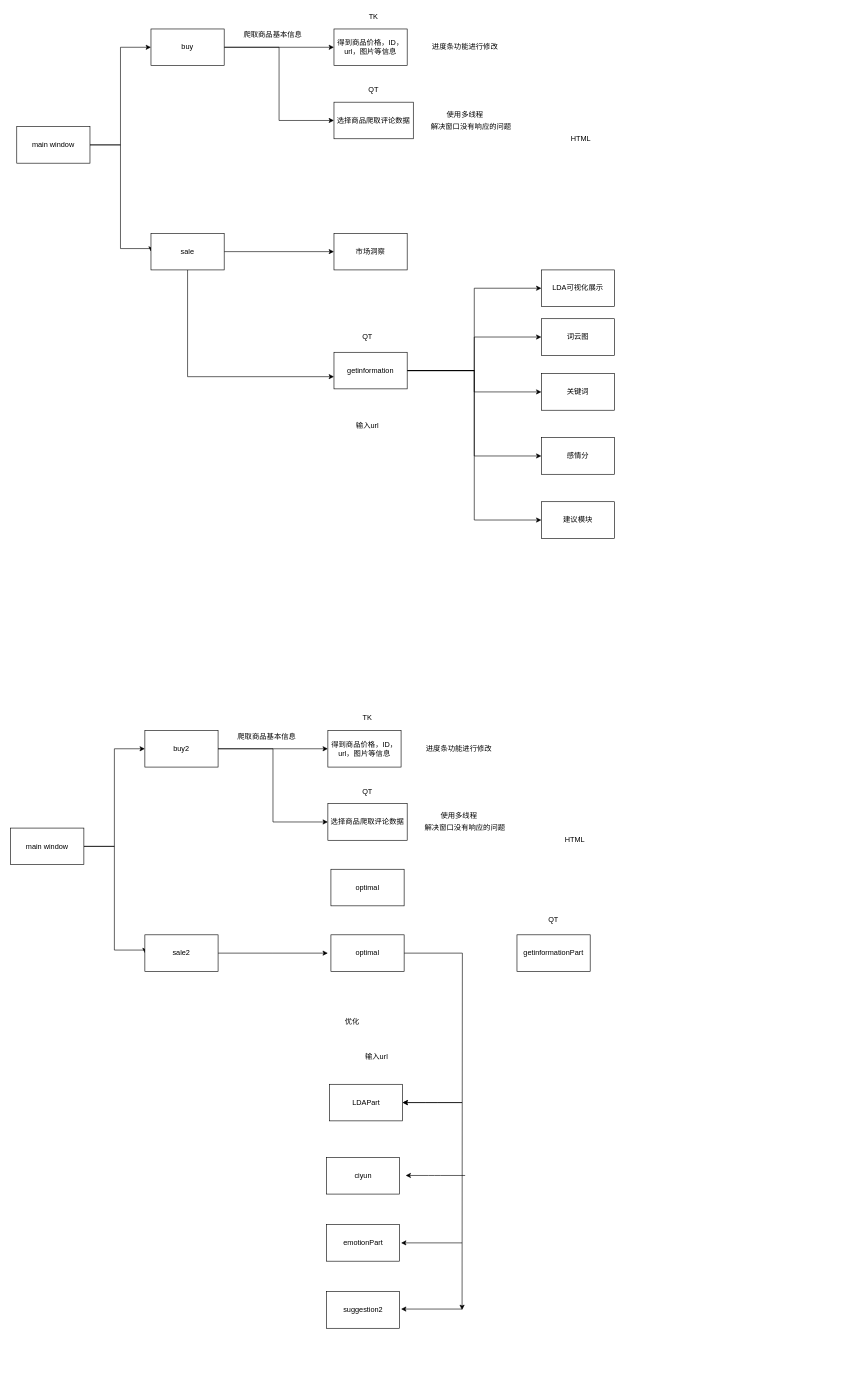
Earlier version of the draw.io diagram readme.drawio (YRQhit/QT_meituan). Source tidied: cells renumbered, new cells numbered last; positions are measured from the earlier drawing's top-left corner, leaving out a move shared by most shapes. Both pictures are drawn from the tidied source at 61%, with x=0, y=0 at pixel (10, 10).
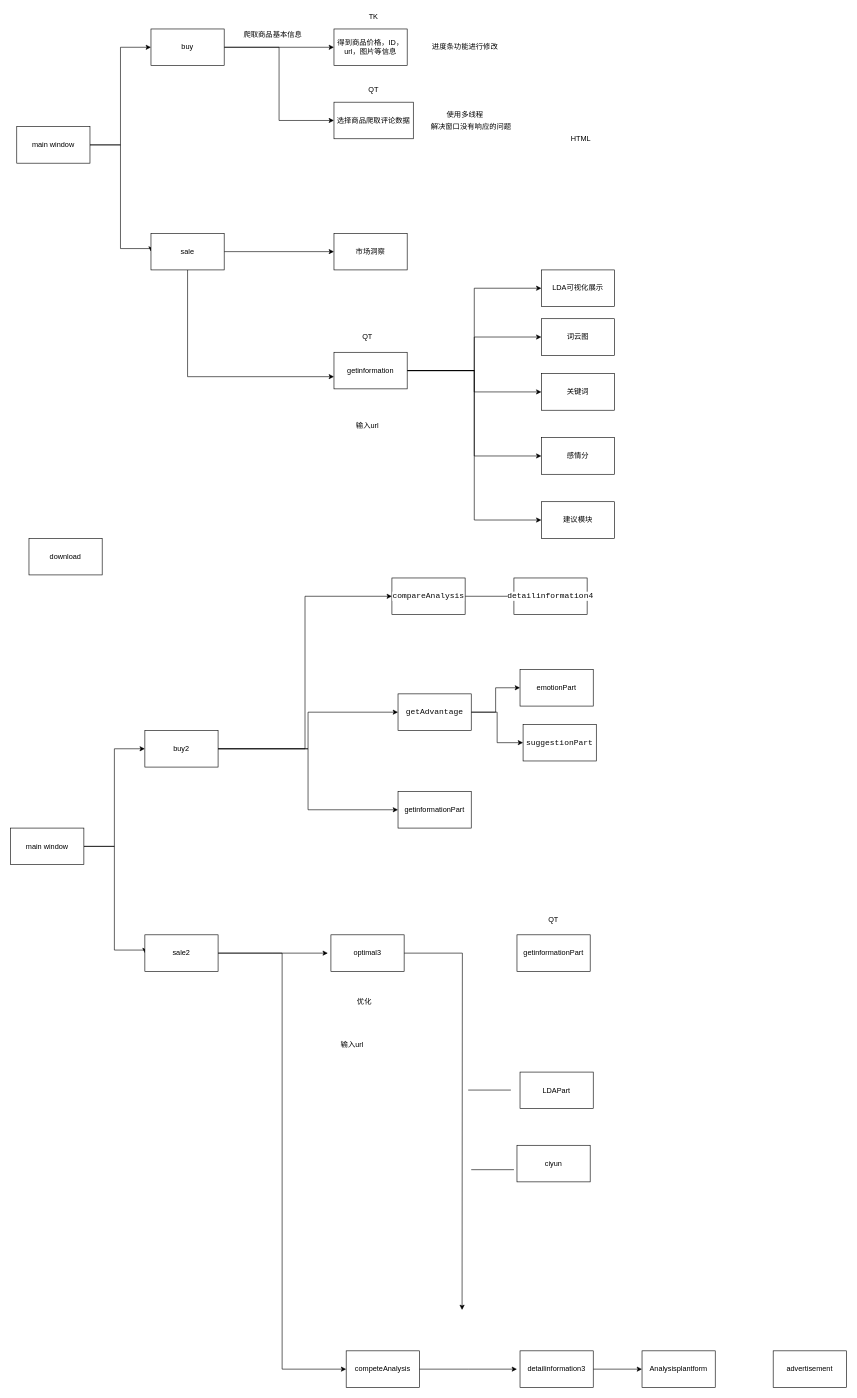
The same diagram, later.

Unchanged cells that the change refers to:
```xml
<mxCell id="39" value="buy2" style="rounded=0;whiteSpace=wrap;html=1;" parent="1" vertex="1">
  <mxGeometry x="220" y="1180" width="120" height="60" as="geometry" />
</mxCell>
<mxCell id="43" value="sale2" style="rounded=0;whiteSpace=wrap;html=1;" parent="1" vertex="1">
  <mxGeometry x="220" y="1515" width="120" height="60" as="geometry" />
</mxCell>
```

What changed in the source:
```diff
@@
-    <mxCell id="37" style="edgeStyle=orthogonalEdgeStyle;rounded=0;jettySize=auto;html=1;entryX=0;entryY=0.5;entryDx=0;entryDy=0;" parent="1" edge="1" source="39" target="40">
+    <mxCell id="37" style="edgeStyle=orthogonalEdgeStyle;rounded=0;jettySize=auto;html=1;entryX=0;entryY=0.5;entryDx=0;entryDy=0;" parent="1" edge="1" source="39" target="82">
       <mxGeometry relative="1" as="geometry" />
     </mxCell>
-    <mxCell id="38" style="edgeStyle=orthogonalEdgeStyle;rounded=0;jettySize=auto;html=1;entryX=0;entryY=0.5;entryDx=0;entryDy=0;" parent="1" edge="1" source="39" target="46">
-      <mxGeometry relative="1" as="geometry" />
-    </mxCell>
+    <mxCell id="67" style="edgeStyle=orthogonalEdgeStyle;rounded=0;jettySize=auto;html=1;entryX=0;entryY=0.5;entryDx=0;entryDy=0;" parent="1" edge="1" source="39" target="79">
+      <mxGeometry relative="1" as="geometry" />
+    </mxCell>
+    <mxCell id="68" style="edgeStyle=orthogonalEdgeStyle;rounded=0;jettySize=auto;html=1;entryX=0;entryY=0.5;entryDx=0;entryDy=0;" parent="1" edge="1" source="39" target="83">
+      <mxGeometry relative="1" as="geometry" />
+    </mxCell>
@@
-    <mxCell id="40" value="得到商品价格，ID，url，图片等信息" style="rounded=0;whiteSpace=wrap;html=1;" parent="1" vertex="1">
-      <mxGeometry x="520" y="1180" width="120" height="60" as="geometry" />
-    </mxCell>
-    <mxCell id="41" value="爬取商品基本信息" style="text;html=1;strokeColor=none;fillColor=none;align=center;verticalAlign=middle;whiteSpace=wrap;rounded=0;" parent="1" vertex="1">
-      <mxGeometry x="370" y="1180" width="100" height="20" as="geometry" />
-    </mxCell>
@@
+    <mxCell id="69" style="edgeStyle=orthogonalEdgeStyle;rounded=0;jettySize=auto;html=1;entryX=0;entryY=0.5;entryDx=0;entryDy=0;" parent="1" edge="1" source="43" target="73">
+      <mxGeometry relative="1" as="geometry" />
+    </mxCell>
@@
-    <mxCell id="45" value="进度条功能进行修改" style="text;html=1;strokeColor=none;fillColor=none;align=center;verticalAlign=middle;whiteSpace=wrap;rounded=0;" parent="1" vertex="1">
-      <mxGeometry x="670" y="1200" width="130" height="20" as="geometry" />
-    </mxCell>
-    <mxCell id="46" value="选择商品爬取评论数据" style="rounded=0;whiteSpace=wrap;html=1;" parent="1" vertex="1">
-      <mxGeometry x="520" y="1300" width="130" height="60" as="geometry" />
-    </mxCell>
-    <mxCell id="47" value="TK" style="text;html=1;strokeColor=none;fillColor=none;align=center;verticalAlign=middle;whiteSpace=wrap;rounded=0;" parent="1" vertex="1">
-      <mxGeometry x="520" y="1150" width="130" height="20" as="geometry" />
-    </mxCell>
-    <mxCell id="48" value="QT" style="text;html=1;strokeColor=none;fillColor=none;align=center;verticalAlign=middle;whiteSpace=wrap;rounded=0;" parent="1" vertex="1">
-      <mxGeometry x="520" y="1270" width="130" height="20" as="geometry" />
-    </mxCell>
@@
-    <mxCell id="50" value="HTML" style="text;html=1;strokeColor=none;fillColor=none;align=center;verticalAlign=middle;whiteSpace=wrap;rounded=0;" parent="1" vertex="1">
-      <mxGeometry x="860" y="1350" width="130" height="20" as="geometry" />
-    </mxCell>
-    <mxCell id="51" value="使用多线程" style="text;html=1;strokeColor=none;fillColor=none;align=center;verticalAlign=middle;whiteSpace=wrap;rounded=0;" parent="1" vertex="1">
-      <mxGeometry x="670" y="1310" width="130" height="20" as="geometry" />
-    </mxCell>
-    <mxCell id="52" value="解决窗口没有响应的问题" style="text;html=1;strokeColor=none;fillColor=none;align=center;verticalAlign=middle;whiteSpace=wrap;rounded=0;" parent="1" vertex="1">
-      <mxGeometry x="670" y="1330" width="150" height="20" as="geometry" />
-    </mxCell>
     <mxCell id="53" value="输入url" style="text;html=1;strokeColor=none;fillColor=none;align=center;verticalAlign=middle;whiteSpace=wrap;rounded=0;" parent="1" vertex="1">
-      <mxGeometry x="380" y="1670" width="440" height="90" as="geometry" />
+      <mxGeometry x="340" y="1650" width="440" height="90" as="geometry" />
     </mxCell>
@@
-    <mxCell id="55" value="optimal" style="rounded=0;whiteSpace=wrap;html=1;" parent="1" vertex="1">
+    <mxCell id="55" value="optimal3" style="rounded=0;whiteSpace=wrap;html=1;" parent="1" vertex="1">
       <mxGeometry x="525" y="1515" width="120" height="60" as="geometry" />
     </mxCell>
     <mxCell id="56" value="优化" style="text;html=1;strokeColor=none;fillColor=none;align=center;verticalAlign=middle;whiteSpace=wrap;rounded=0;" parent="1" vertex="1">
-      <mxGeometry x="340" y="1613" width="440" height="90" as="geometry" />
+      <mxGeometry x="360" y="1580" width="440" height="90" as="geometry" />
     </mxCell>
     <mxCell id="57" value="LDAPart" style="rounded=0;whiteSpace=wrap;html=1;" parent="1" vertex="1">
-      <mxGeometry x="522.5" y="1760" width="120" height="60" as="geometry" />
+      <mxGeometry x="835" y="1740" width="120" height="60" as="geometry" />
     </mxCell>
     <mxCell id="58" value="ciyun" style="rounded=0;whiteSpace=wrap;html=1;" parent="1" vertex="1">
-      <mxGeometry x="517.5" y="1880" width="120" height="60" as="geometry" />
+      <mxGeometry x="830" y="1860" width="120" height="60" as="geometry" />
     </mxCell>
     <mxCell id="59" value="emotionPart" style="rounded=0;whiteSpace=wrap;html=1;" parent="1" vertex="1">
-      <mxGeometry x="517.5" y="1990" width="120" height="60" as="geometry" />
+      <mxGeometry x="835" y="1080" width="120" height="60" as="geometry" />
     </mxCell>
-    <mxCell id="60" style="endArrow=classic;html=1;entryX=1;entryY=0.5;entryDx=0;entryDy=0;" parent="1" edge="1" target="57">
-      <mxGeometry relative="1" as="geometry">
-        <mxPoint x="740" y="1790" as="sourcePoint" />
-      </mxGeometry>
-    </mxCell>
-    <mxCell id="61" style="endArrow=classic;html=1;entryX=1;entryY=0.5;entryDx=0;entryDy=0;" parent="1" edge="1" target="57">
-      <mxGeometry relative="1" as="geometry">
-        <mxPoint x="740" y="1790" as="sourcePoint" />
-        <Array as="points">
-          <mxPoint x="690" y="1790" />
-        </Array>
-      </mxGeometry>
-    </mxCell>
-    <mxCell id="62" style="endArrow=classic;html=1;entryX=1;entryY=0.5;entryDx=0;entryDy=0;" parent="1" edge="1">
-      <mxGeometry relative="1" as="geometry">
-        <mxPoint x="745" y="1909.5" as="sourcePoint" />
-        <mxPoint x="647.5" y="1909.5" as="targetPoint" />
-        <Array as="points">
-          <mxPoint x="695" y="1909.5" />
-        </Array>
-      </mxGeometry>
-    </mxCell>
-    <mxCell id="63" style="endArrow=classic;html=1;" parent="1" edge="1">
-      <mxGeometry relative="1" as="geometry">
-        <mxPoint x="740" y="2020" as="sourcePoint" />
-        <mxPoint x="640" y="2020" as="targetPoint" />
-      </mxGeometry>
-    </mxCell>
-    <mxCell id="64" value="optimal" style="rounded=0;whiteSpace=wrap;html=1;" parent="1" vertex="1">
-      <mxGeometry x="525" y="1407.5" width="120" height="60" as="geometry" />
-    </mxCell>
-    <mxCell id="65" value="suggestion2" style="rounded=0;whiteSpace=wrap;html=1;" parent="1" vertex="1">
-      <mxGeometry x="517.5" y="2100" width="120" height="60" as="geometry" />
+    <mxCell id="65" value="&lt;pre style=&quot;background-color: #ffffff ; color: #080808 ; font-family: &amp;#34;jetbrains mono&amp;#34; , monospace ; font-size: 9.8pt&quot;&gt;suggestionPart&lt;/pre&gt;" style="rounded=0;whiteSpace=wrap;html=1;" parent="1" vertex="1">
+      <mxGeometry x="840" y="1170" width="120" height="60" as="geometry" />
     </mxCell>
-    <mxCell id="66" style="endArrow=classic;html=1;" parent="1" edge="1">
-      <mxGeometry relative="1" as="geometry">
-        <mxPoint x="740" y="2128.5" as="sourcePoint" />
-        <mxPoint x="640" y="2128.5" as="targetPoint" />
-      </mxGeometry>
-    </mxCell>
+    <mxCell id="70" style="endArrow=none;html=1;" parent="1" edge="1">
+      <mxGeometry relative="1" as="geometry">
+        <mxPoint x="755" y="1900" as="sourcePoint" />
+        <mxPoint x="825" y="1900" as="targetPoint" />
+      </mxGeometry>
+    </mxCell>
+    <mxCell id="71" style="endArrow=none;html=1;" parent="1" edge="1">
+      <mxGeometry relative="1" as="geometry">
+        <mxPoint x="750" y="1769.5" as="sourcePoint" />
+        <mxPoint x="820" y="1769.5" as="targetPoint" />
+      </mxGeometry>
+    </mxCell>
+    <mxCell id="72" style="edgeStyle=orthogonalEdgeStyle;rounded=0;jettySize=auto;html=1;" parent="1" edge="1" source="73">
+      <mxGeometry relative="1" as="geometry">
+        <mxPoint x="830" y="2227" as="targetPoint" />
+      </mxGeometry>
+    </mxCell>
+    <mxCell id="73" value="competeAnalysis" style="rounded=0;whiteSpace=wrap;html=1;" parent="1" vertex="1">
+      <mxGeometry x="550" y="2197" width="120" height="60" as="geometry" />
+    </mxCell>
+    <mxCell id="74" style="edgeStyle=orthogonalEdgeStyle;rounded=0;jettySize=auto;html=1;" parent="1" edge="1" source="75" target="76">
+      <mxGeometry relative="1" as="geometry" />
+    </mxCell>
+    <mxCell id="75" value="detailinformation3" style="rounded=0;whiteSpace=wrap;html=1;" parent="1" vertex="1">
+      <mxGeometry x="835" y="2197" width="120" height="60" as="geometry" />
+    </mxCell>
+    <mxCell id="76" value="Analysisplantform" style="rounded=0;whiteSpace=wrap;html=1;" parent="1" vertex="1">
+      <mxGeometry x="1035" y="2197" width="120" height="60" as="geometry" />
+    </mxCell>
+    <mxCell id="77" value="advertisement" style="rounded=0;whiteSpace=wrap;html=1;" parent="1" vertex="1">
+      <mxGeometry x="1250" y="2197" width="120" height="60" as="geometry" />
+    </mxCell>
+    <mxCell id="78" style="edgeStyle=orthogonalEdgeStyle;rounded=0;jettySize=auto;html=1;entryX=0;entryY=0.5;entryDx=0;entryDy=0;" parent="1" edge="1" source="79" target="84">
+      <mxGeometry relative="1" as="geometry" />
+    </mxCell>
+    <mxCell id="79" value="&lt;pre style=&quot;background-color: #ffffff ; color: #080808 ; font-family: &amp;#34;jetbrains mono&amp;#34; , monospace ; font-size: 9.8pt&quot;&gt;&lt;pre style=&quot;font-family: &amp;#34;jetbrains mono&amp;#34; , monospace ; font-size: 9.8pt&quot;&gt;compareAnalysis&lt;/pre&gt;&lt;/pre&gt;" style="rounded=0;whiteSpace=wrap;html=1;" parent="1" vertex="1">
+      <mxGeometry x="625" y="930" width="120" height="60" as="geometry" />
+    </mxCell>
+    <mxCell id="80" style="edgeStyle=orthogonalEdgeStyle;rounded=0;jettySize=auto;html=1;entryX=0;entryY=0.5;entryDx=0;entryDy=0;" parent="1" edge="1" source="82" target="59">
+      <mxGeometry relative="1" as="geometry" />
+    </mxCell>
+    <mxCell id="81" style="edgeStyle=orthogonalEdgeStyle;rounded=0;jettySize=auto;html=1;entryX=0;entryY=0.5;entryDx=0;entryDy=0;" parent="1" edge="1" source="82" target="65">
+      <mxGeometry relative="1" as="geometry" />
+    </mxCell>
+    <mxCell id="82" value="&lt;pre style=&quot;background-color: #ffffff ; color: #080808 ; font-family: &amp;#34;jetbrains mono&amp;#34; , monospace ; font-size: 9.8pt&quot;&gt;&lt;pre style=&quot;font-family: &amp;#34;jetbrains mono&amp;#34; , monospace ; font-size: 9.8pt&quot;&gt;getAdvantage&lt;/pre&gt;&lt;/pre&gt;" style="rounded=0;whiteSpace=wrap;html=1;" parent="1" vertex="1">
+      <mxGeometry x="635" y="1120" width="120" height="60" as="geometry" />
+    </mxCell>
+    <mxCell id="83" value="getinformationPart" style="rounded=0;whiteSpace=wrap;html=1;" parent="1" vertex="1">
+      <mxGeometry x="635" y="1280" width="120" height="60" as="geometry" />
+    </mxCell>
+    <mxCell id="84" value="&lt;pre style=&quot;background-color: #ffffff ; color: #080808 ; font-family: &amp;#34;jetbrains mono&amp;#34; , monospace ; font-size: 9.8pt&quot;&gt;detailinformation4&lt;/pre&gt;" style="rounded=0;whiteSpace=wrap;html=1;" parent="1" vertex="1">
+      <mxGeometry x="825" y="930" width="120" height="60" as="geometry" />
+    </mxCell>
+    <mxCell id="85" value="download" style="rounded=0;whiteSpace=wrap;html=1;" parent="1" vertex="1">
+      <mxGeometry x="30" y="865" width="120" height="60" as="geometry" />
+    </mxCell>
```
